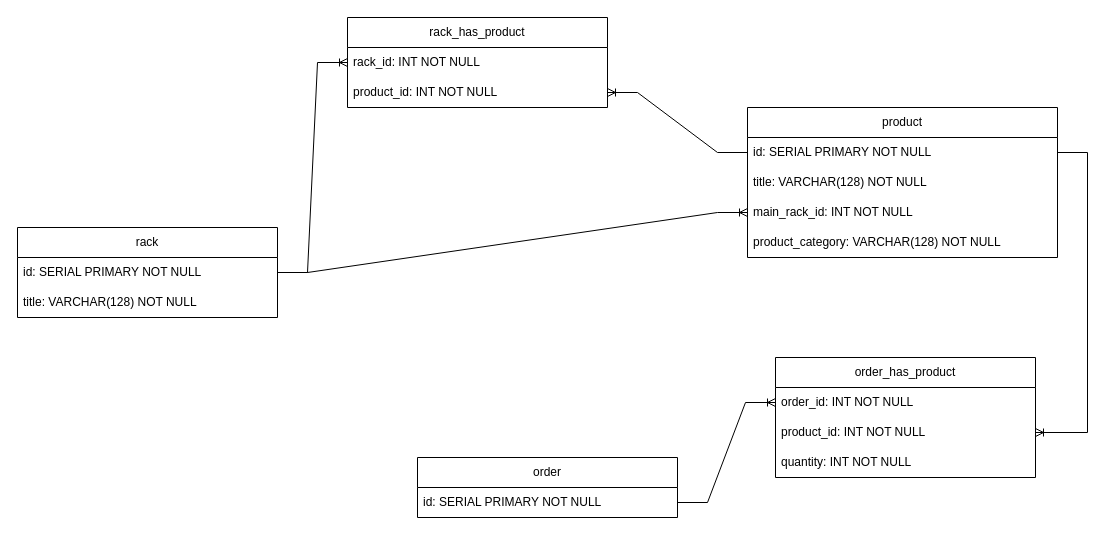
Alchimis/techshop keeps this draw.io diagram as docs/diagram.drawio. Above is the earlier version. Source tidied: cells renumbered, new cells numbered last; positions are measured from the earlier drawing's top-left corner, leaving out a move shared by most shapes. Both pictures are drawn from the tidied source at 100%, with x=0, y=0 at pixel (17, 17).
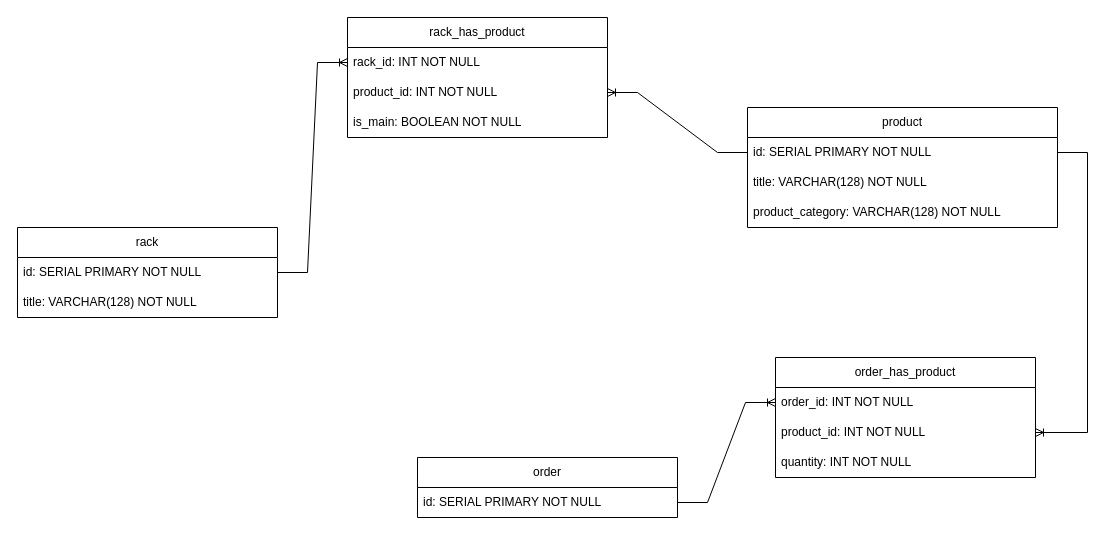
After the change.

Unchanged cells that the change refers to:
```xml
<mxCell id="8" value="id: SERIAL PRIMARY NOT NULL" style="text;strokeColor=none;fillColor=none;align=left;verticalAlign=middle;spacingLeft=4;spacingRight=4;overflow=hidden;points=[[0,0.5],[1,0.5]];portConstraint=eastwest;whiteSpace=wrap;html=1;" parent="7" vertex="1">
  <mxGeometry y="30" width="260" height="30" as="geometry" />
</mxCell>
```

Change to the diagram source:
```diff
@@
     <mxCell id="2" value="product" style="swimlane;fontStyle=0;horizontal=1;startSize=30;whiteSpace=wrap;html=1;" parent="1" vertex="1">
-      <mxGeometry x="730" y="90" width="310" height="150" as="geometry" />
+      <mxGeometry x="730" y="90" width="310" height="120" as="geometry" />
     </mxCell>
@@
-    <mxCell id="5" value="main_rack_id: INT NOT NULL&amp;nbsp;&amp;nbsp;" style="text;strokeColor=none;fillColor=none;align=left;verticalAlign=middle;spacingLeft=4;spacingRight=4;overflow=hidden;points=[[0,0.5],[1,0.5]];portConstraint=eastwest;whiteSpace=wrap;html=1;" parent="2" vertex="1">
-      <mxGeometry y="90" width="310" height="30" as="geometry" />
-    </mxCell>
     <mxCell id="6" value="product_category: VARCHAR(128) NOT NULL&amp;nbsp;&amp;nbsp;" style="text;strokeColor=none;fillColor=none;align=left;verticalAlign=middle;spacingLeft=4;spacingRight=4;overflow=hidden;whiteSpace=wrap;html=1;" parent="2" vertex="1">
-      <mxGeometry y="120" width="310" height="30" as="geometry" />
+      <mxGeometry y="90" width="310" height="30" as="geometry" />
     </mxCell>
@@
-    <mxCell id="10" style="edgeStyle=entityRelationEdgeStyle;fontSize=12;html=1;endArrow=ERoneToMany;rounded=0;entryX=0;entryY=0.5;entryDx=0;entryDy=0;" parent="1" edge="1" source="8" target="5">
-      <mxGeometry relative="1" as="geometry" />
-    </mxCell>
     <mxCell id="11" value="rack_has_product" style="swimlane;fontStyle=0;horizontal=1;startSize=30;whiteSpace=wrap;html=1;" parent="1" vertex="1">
-      <mxGeometry x="330" width="260" height="90" as="geometry" />
+      <mxGeometry x="330" width="260" height="120" as="geometry" />
     </mxCell>
@@
+    <mxCell id="24" value="is_main: BOOLEAN NOT NULL&amp;nbsp;&amp;nbsp;" style="text;strokeColor=none;fillColor=none;align=left;verticalAlign=middle;spacingLeft=4;spacingRight=4;overflow=hidden;whiteSpace=wrap;html=1;" parent="11" vertex="1">
+      <mxGeometry y="90" width="260" height="30" as="geometry" />
+    </mxCell>
```
